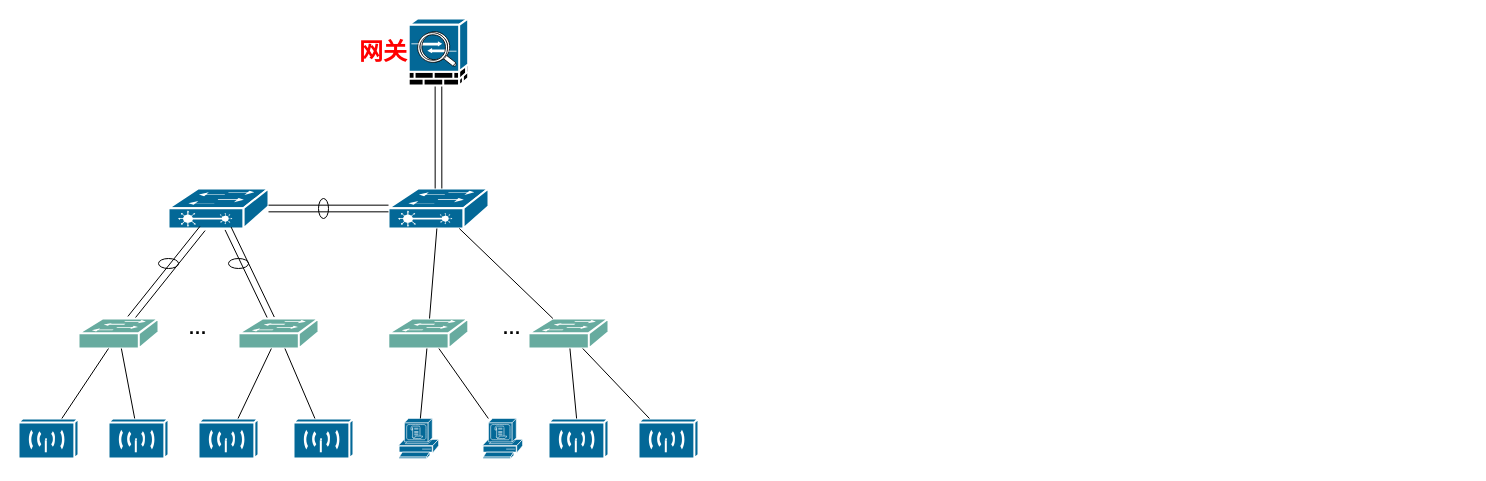
Earlier version of the draw.io diagram bsf拓扑.drawio (lhongbei/lhongbei). Source tidied: cells renumbered, new cells numbered last; positions are measured from the earlier drawing's top-left corner, leaving out a move shared by most shapes. Both pictures are drawn from the tidied source at 100%, with x=0, y=0 at pixel (18, 18).
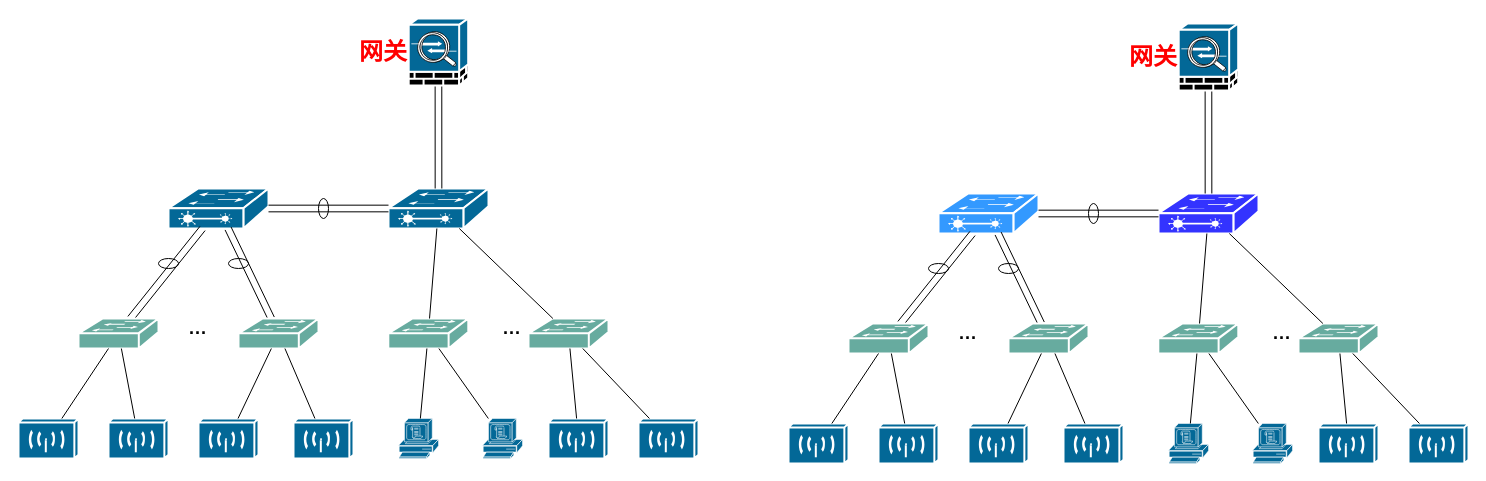
Above is the later version.

Diff of the diagram source:
```diff
@@
+    <mxCell id="38" style="shape=mxgraph.cisco.switches.layer_2_remote_switch;sketch=0;html=1;dashed=0;fillColor=#3333FF;strokeColor=#ffffff;strokeWidth=2;verticalLabelPosition=bottom;verticalAlign=top;align=center;outlineConnect=0;" parent="1" vertex="1">
+      <mxGeometry x="1140" y="175" width="100" height="40" as="geometry" />
+    </mxCell>
+    <mxCell id="39" style="shape=mxgraph.cisco.switches.layer_2_remote_switch;sketch=0;html=1;dashed=0;fillColor=#3399FF;strokeColor=#ffffff;strokeWidth=2;verticalLabelPosition=bottom;verticalAlign=top;align=center;outlineConnect=0;" parent="1" vertex="1">
+      <mxGeometry x="920" y="175" width="100" height="40" as="geometry" />
+    </mxCell>
+    <mxCell id="40" style="endArrow=none;html=1;rounded=0;shape=link;startArrow=none;width=6.666666666666668;" parent="1" edge="1" source="39" target="38">
+      <mxGeometry relative="1" as="geometry" />
+    </mxCell>
+    <mxCell id="41" style="ellipse;whiteSpace=wrap;html=1;fillColor=none;" parent="1" vertex="1">
+      <mxGeometry x="1070" y="185" width="10" height="20" as="geometry" />
+    </mxCell>
+    <mxCell id="42" style="endArrow=none;html=1;rounded=0;shape=link;startArrow=none;width=6.666666666666668;" parent="1" edge="1" source="38" target="45">
+      <mxGeometry relative="1" as="geometry" />
+    </mxCell>
+    <mxCell id="43" style="endArrow=none;html=1;rounded=0;shape=link;startArrow=none;width=6.666666666666668;" parent="1" edge="1" source="39" target="48">
+      <mxGeometry relative="1" as="geometry" />
+    </mxCell>
+    <mxCell id="44" style="endArrow=none;html=1;rounded=0;shape=link;startArrow=none;width=6.666666666666668;" parent="1" edge="1" source="39" target="49">
+      <mxGeometry relative="1" as="geometry" />
+    </mxCell>
+    <mxCell id="45" style="shape=mxgraph.cisco.misc.asa_5500;sketch=0;html=1;dashed=0;fillColor=#036897;strokeColor=#ffffff;strokeWidth=2;verticalLabelPosition=bottom;verticalAlign=top;align=center;outlineConnect=0;fontSize=18;" parent="1" vertex="1">
+      <mxGeometry x="1160.2" y="5" width="59.5" height="67" as="geometry" />
+    </mxCell>
+    <mxCell id="46" style="shape=mxgraph.cisco.wireless.wireless_transport;sketch=0;html=1;dashed=0;fillColor=#036897;strokeColor=#ffffff;strokeWidth=2;verticalLabelPosition=bottom;verticalAlign=top;align=center;outlineConnect=0;fontSize=18;" parent="1" vertex="1">
+      <mxGeometry x="770" y="405" width="60" height="40" as="geometry" />
+    </mxCell>
+    <mxCell id="47" style="group;" parent="1" vertex="1">
+      <mxGeometry x="830" y="305" width="240" height="30" as="geometry" />
+    </mxCell>
+    <mxCell id="48" style="shape=mxgraph.cisco.switches.workgroup_switch;sketch=0;html=1;dashed=0;fillColor=#67AB9F;strokeColor=#ffffff;strokeWidth=2;verticalLabelPosition=bottom;verticalAlign=top;align=center;outlineConnect=0;" parent="47" vertex="1">
+      <mxGeometry width="80" height="30" as="geometry" />
+    </mxCell>
+    <mxCell id="49" style="shape=mxgraph.cisco.switches.workgroup_switch;sketch=0;html=1;dashed=0;fillColor=#67AB9F;strokeColor=#ffffff;strokeWidth=2;verticalLabelPosition=bottom;verticalAlign=top;align=center;outlineConnect=0;" parent="47" vertex="1">
+      <mxGeometry x="160" width="80" height="30" as="geometry" />
+    </mxCell>
+    <mxCell id="50" value="&lt;b&gt;&lt;font style=&quot;font-size: 18px;&quot;&gt;···&lt;/font&gt;&lt;/b&gt;" style="text;html=1;strokeColor=none;fillColor=none;align=center;verticalAlign=middle;whiteSpace=wrap;rounded=0;" parent="47" vertex="1">
+      <mxGeometry x="90" width="60" height="30" as="geometry" />
+    </mxCell>
+    <mxCell id="51" style="shape=mxgraph.cisco.wireless.wireless_transport;sketch=0;html=1;dashed=0;fillColor=#036897;strokeColor=#ffffff;strokeWidth=2;verticalLabelPosition=bottom;verticalAlign=top;align=center;outlineConnect=0;fontSize=18;" parent="1" vertex="1">
+      <mxGeometry x="860" y="405" width="60" height="40" as="geometry" />
+    </mxCell>
+    <mxCell id="52" style="shape=mxgraph.cisco.wireless.wireless_transport;sketch=0;html=1;dashed=0;fillColor=#036897;strokeColor=#ffffff;strokeWidth=2;verticalLabelPosition=bottom;verticalAlign=top;align=center;outlineConnect=0;fontSize=18;" parent="1" vertex="1">
+      <mxGeometry x="950" y="405" width="60" height="40" as="geometry" />
+    </mxCell>
+    <mxCell id="53" style="shape=mxgraph.cisco.wireless.wireless_transport;sketch=0;html=1;dashed=0;fillColor=#036897;strokeColor=#ffffff;strokeWidth=2;verticalLabelPosition=bottom;verticalAlign=top;align=center;outlineConnect=0;fontSize=18;" parent="1" vertex="1">
+      <mxGeometry x="1045" y="405" width="60" height="40" as="geometry" />
+    </mxCell>
+    <mxCell id="54" style="endArrow=none;html=1;rounded=0;fontSize=18;" parent="1" edge="1" source="46" target="48">
+      <mxGeometry relative="1" as="geometry" />
+    </mxCell>
+    <mxCell id="55" style="endArrow=none;html=1;rounded=0;fontSize=18;" parent="1" edge="1" source="51" target="48">
+      <mxGeometry relative="1" as="geometry" />
+    </mxCell>
+    <mxCell id="56" style="endArrow=none;html=1;rounded=0;fontSize=18;" parent="1" edge="1" source="52" target="49">
+      <mxGeometry relative="1" as="geometry" />
+    </mxCell>
+    <mxCell id="57" style="endArrow=none;html=1;rounded=0;fontSize=18;" parent="1" edge="1" source="53" target="49">
+      <mxGeometry relative="1" as="geometry" />
+    </mxCell>
+    <mxCell id="58" style="shape=mxgraph.cisco.switches.workgroup_switch;sketch=0;html=1;dashed=0;fillColor=#67AB9F;strokeColor=#ffffff;strokeWidth=2;verticalLabelPosition=bottom;verticalAlign=top;align=center;outlineConnect=0;" parent="1" vertex="1">
+      <mxGeometry x="1139.8" y="305" width="80" height="30" as="geometry" />
+    </mxCell>
+    <mxCell id="59" style="shape=mxgraph.cisco.switches.workgroup_switch;sketch=0;html=1;dashed=0;fillColor=#67AB9F;strokeColor=#ffffff;strokeWidth=2;verticalLabelPosition=bottom;verticalAlign=top;align=center;outlineConnect=0;" parent="1" vertex="1">
+      <mxGeometry x="1280" y="305" width="80" height="30" as="geometry" />
+    </mxCell>
+    <mxCell id="60" value="&lt;b&gt;&lt;font style=&quot;font-size: 18px;&quot;&gt;···&lt;/font&gt;&lt;/b&gt;" style="text;html=1;strokeColor=none;fillColor=none;align=center;verticalAlign=middle;whiteSpace=wrap;rounded=0;" parent="1" vertex="1">
+      <mxGeometry x="1233.5" y="305" width="60" height="30" as="geometry" />
+    </mxCell>
+    <mxCell id="61" style="shape=mxgraph.cisco.security.cisco_security;sketch=0;html=1;dashed=0;fillColor=#036897;strokeColor=#ffffff;strokeWidth=2;verticalLabelPosition=bottom;verticalAlign=top;align=center;outlineConnect=0;fontSize=18;" parent="1" vertex="1">
+      <mxGeometry x="1150" y="405" width="40" height="40" as="geometry" />
+    </mxCell>
+    <mxCell id="62" style="shape=mxgraph.cisco.security.cisco_security;sketch=0;html=1;dashed=0;fillColor=#036897;strokeColor=#ffffff;strokeWidth=2;verticalLabelPosition=bottom;verticalAlign=top;align=center;outlineConnect=0;fontSize=18;" parent="1" vertex="1">
+      <mxGeometry x="1234" y="405" width="40" height="40" as="geometry" />
+    </mxCell>
+    <mxCell id="63" style="shape=mxgraph.cisco.wireless.wireless_transport;sketch=0;html=1;dashed=0;fillColor=#036897;strokeColor=#ffffff;strokeWidth=2;verticalLabelPosition=bottom;verticalAlign=top;align=center;outlineConnect=0;fontSize=18;" parent="1" vertex="1">
+      <mxGeometry x="1300" y="405" width="60" height="40" as="geometry" />
+    </mxCell>
+    <mxCell id="64" style="shape=mxgraph.cisco.wireless.wireless_transport;sketch=0;html=1;dashed=0;fillColor=#036897;strokeColor=#ffffff;strokeWidth=2;verticalLabelPosition=bottom;verticalAlign=top;align=center;outlineConnect=0;fontSize=18;" parent="1" vertex="1">
+      <mxGeometry x="1390" y="405" width="60" height="40" as="geometry" />
+    </mxCell>
+    <mxCell id="65" style="endArrow=none;html=1;rounded=0;fontSize=18;" parent="1" edge="1" source="61" target="58">
+      <mxGeometry relative="1" as="geometry" />
+    </mxCell>
+    <mxCell id="66" style="endArrow=none;html=1;rounded=0;fontSize=18;" parent="1" edge="1" source="62" target="58">
+      <mxGeometry relative="1" as="geometry" />
+    </mxCell>
+    <mxCell id="67" style="endArrow=none;html=1;rounded=0;fontSize=18;" parent="1" edge="1" source="63" target="59">
+      <mxGeometry relative="1" as="geometry" />
+    </mxCell>
+    <mxCell id="68" style="endArrow=none;html=1;rounded=0;fontSize=18;" parent="1" edge="1" source="64" target="59">
+      <mxGeometry relative="1" as="geometry" />
+    </mxCell>
+    <mxCell id="69" style="endArrow=none;html=1;rounded=0;fontSize=18;" parent="1" edge="1" source="58" target="38">
+      <mxGeometry relative="1" as="geometry" />
+    </mxCell>
+    <mxCell id="70" style="endArrow=none;html=1;rounded=0;fontSize=18;" parent="1" edge="1" source="59" target="38">
+      <mxGeometry relative="1" as="geometry" />
+    </mxCell>
+    <mxCell id="71" style="ellipse;whiteSpace=wrap;html=1;fillColor=none;" parent="1" vertex="1">
+      <mxGeometry x="980" y="245" width="20" height="10" as="geometry" />
+    </mxCell>
+    <mxCell id="72" style="ellipse;whiteSpace=wrap;html=1;fillColor=none;" parent="1" vertex="1">
+      <mxGeometry x="910" y="245" width="20" height="10" as="geometry" />
+    </mxCell>
+    <mxCell id="73" value="&lt;b&gt;&lt;font color=&quot;#ff0000&quot; style=&quot;font-size: 24px;&quot;&gt;网关&lt;/font&gt;&lt;/b&gt;" style="text;html=1;strokeColor=none;fillColor=none;align=center;verticalAlign=middle;whiteSpace=wrap;rounded=0;fontSize=18;" parent="1" vertex="1">
+      <mxGeometry x="1105" y="23.5" width="60" height="30" as="geometry" />
+    </mxCell>
```
